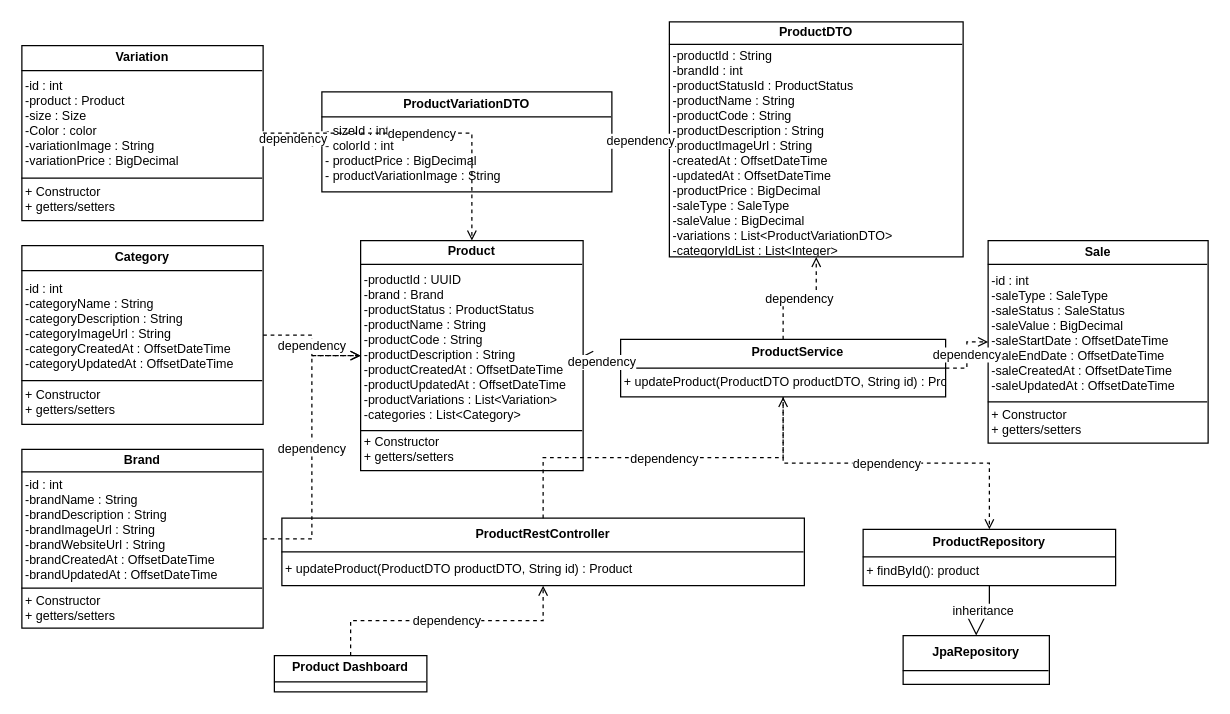
Before: docs/drawio/edit-product-class-diagram.drawio in maxwell1904/SWP391, a draw.io diagram. Source tidied: cells renumbered, new cells numbered last; positions are measured from the earlier drawing's top-left corner, leaving out a move shared by most shapes. Both pictures are drawn from the tidied source at 125%, with x=0, y=0 at pixel (21, 21).
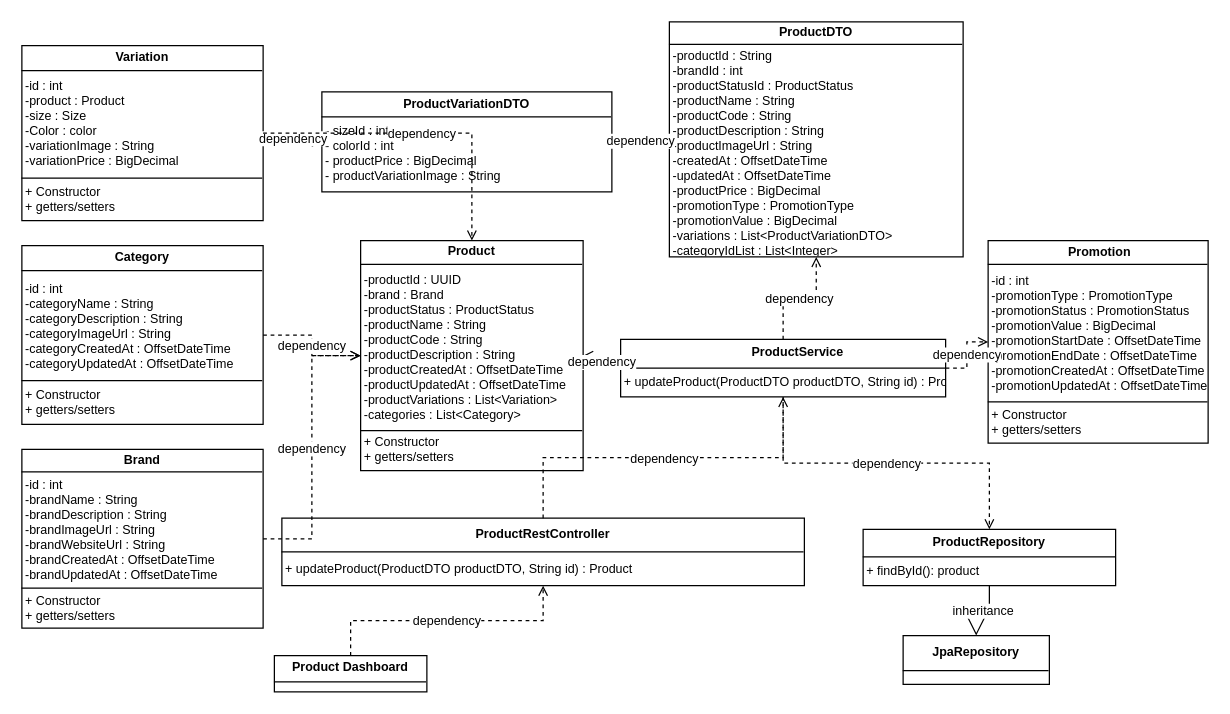
Above is the later version.

Unchanged cells that the change refers to:
```xml
<mxCell id="9" value="&lt;table style=&quot;width:100%;height:100%;border-collapse:collapse;font-size:10px;font-family:Helvetica;&quot; cellpadding=&quot;3&quot; cellspacing=&quot;0&quot;&gt;&lt;tr&gt;&lt;td style=&quot;border-bottom:1px solid #000;text-align:center;&quot;&gt;&lt;b&gt;ProductService&lt;/b&gt;&lt;/td&gt;&lt;/tr&gt;&lt;tr&gt;&lt;td align=&quot;left&quot;&gt;+ updateProduct(ProductDTO productDTO, String id) : Product&lt;/td&gt;&lt;/tr&gt;&lt;/table&gt;" style="shape=rectangle;html=1;overflow=fill;" parent="1" vertex="1">
  <mxGeometry x="479" y="254" width="260" height="46" as="geometry" />
</mxCell>
```

The edit, as a diff of the source:
```diff
@@
-    <mxCell id="7" value="&lt;table style=&quot;width:100%;height:100%;border-collapse:collapse;font-size:10px;font-family:Helvetica;&quot; cellpadding=&quot;3&quot; cellspacing=&quot;0&quot;&gt;&lt;tr&gt;&lt;td style=&quot;border-bottom:1px solid #000;text-align:center;&quot;&gt;&lt;b&gt;ProductDTO&lt;/b&gt;&lt;/td&gt;&lt;/tr&gt;&lt;tr&gt;&lt;td style=&quot;border-bottom:1px solid #000;&quot; align=&quot;left&quot;&gt;-productId : String&lt;br/&gt;-brandId : int&lt;br/&gt;-productStatusId : ProductStatus&lt;br/&gt;-productName : String&lt;br/&gt;-productCode : String&lt;br/&gt;-productDescription : String&lt;br/&gt;-productImageUrl : String&lt;br/&gt;-createdAt : OffsetDateTime&lt;br/&gt;-updatedAt : OffsetDateTime&lt;br/&gt;-productPrice : BigDecimal&lt;br/&gt;-saleType : SaleType&lt;br/&gt;-saleValue : BigDecimal&lt;br/&gt;-variations : List&amp;lt;ProductVariationDTO&amp;gt;&lt;br/&gt;-categoryIdList : List&amp;lt;Integer&amp;gt;&lt;/td&gt;&lt;/tr&gt;&lt;/table&gt;" style="shape=rectangle;html=1;overflow=fill;" parent="1" vertex="1">
+    <mxCell id="7" value="&lt;table style=&quot;width:100%;height:100%;border-collapse:collapse;font-size:10px;font-family:Helvetica;&quot; cellpadding=&quot;3&quot; cellspacing=&quot;0&quot;&gt;&lt;tr&gt;&lt;td style=&quot;border-bottom:1px solid #000;text-align:center;&quot;&gt;&lt;b&gt;ProductDTO&lt;/b&gt;&lt;/td&gt;&lt;/tr&gt;&lt;tr&gt;&lt;td style=&quot;border-bottom:1px solid #000;&quot; align=&quot;left&quot;&gt;-productId : String&lt;br/&gt;-brandId : int&lt;br/&gt;-productStatusId : ProductStatus&lt;br/&gt;-productName : String&lt;br/&gt;-productCode : String&lt;br/&gt;-productDescription : String&lt;br/&gt;-productImageUrl : String&lt;br/&gt;-createdAt : OffsetDateTime&lt;br/&gt;-updatedAt : OffsetDateTime&lt;br/&gt;-productPrice : BigDecimal&lt;br/&gt;-promotionType : PromotionType&lt;br/&gt;-promotionValue : BigDecimal&lt;br/&gt;-variations : List&amp;lt;ProductVariationDTO&amp;gt;&lt;br/&gt;-categoryIdList : List&amp;lt;Integer&amp;gt;&lt;/td&gt;&lt;/tr&gt;&lt;/table&gt;" style="shape=rectangle;html=1;overflow=fill;" parent="1" vertex="1">
       <mxGeometry x="518" width="235" height="188" as="geometry" />
     </mxCell>
-    <mxCell id="8" value="&lt;table style=&quot;width:100%;height:100%;border-collapse:collapse;font-size:10px;font-family:Helvetica;&quot; cellpadding=&quot;3&quot; cellspacing=&quot;0&quot;&gt;&lt;tr&gt;&lt;td style=&quot;border-bottom:1px solid #000;text-align:center;&quot;&gt;&lt;b&gt;Sale&lt;/b&gt;&lt;/td&gt;&lt;/tr&gt;&lt;tr&gt;&lt;td style=&quot;border-bottom:1px solid #000;&quot; align=&quot;left&quot;&gt;-id : int&lt;br/&gt;-saleType : SaleType&lt;br/&gt;-saleStatus : SaleStatus&lt;br/&gt;-saleValue : BigDecimal&lt;br/&gt;-saleStartDate : OffsetDateTime&lt;br/&gt;-saleEndDate : OffsetDateTime&lt;br/&gt;-saleCreatedAt : OffsetDateTime&lt;br/&gt;-saleUpdatedAt : OffsetDateTime&lt;/td&gt;&lt;/tr&gt;&lt;tr&gt;&lt;td align=&quot;left&quot;&gt;+ Constructor&lt;br/&gt;+ getters/setters&lt;/td&gt;&lt;/tr&gt;&lt;/table&gt;" style="shape=rectangle;html=1;overflow=fill;" parent="1" vertex="1">
-      <mxGeometry x="773" y="175" width="176" height="162" as="geometry" />
-    </mxCell>
+    <mxCell id="26" value="&lt;table style=&quot;width:100%;height:100%;border-collapse:collapse;font-size:10px;font-family:Helvetica;&quot; cellpadding=&quot;3&quot; cellspacing=&quot;0&quot;&gt;&lt;tr&gt;&lt;td style=&quot;border-bottom:1px solid #000;text-align:center;&quot;&gt;&lt;b&gt;Promotion&lt;/b&gt;&lt;/td&gt;&lt;/tr&gt;&lt;tr&gt;&lt;td style=&quot;border-bottom:1px solid #000;&quot; align=&quot;left&quot;&gt;-id : int&lt;br/&gt;-promotionType : PromotionType&lt;br/&gt;-promotionStatus : PromotionStatus&lt;br/&gt;-promotionValue : BigDecimal&lt;br/&gt;-promotionStartDate : OffsetDateTime&lt;br/&gt;-promotionEndDate : OffsetDateTime&lt;br/&gt;-promotionCreatedAt : OffsetDateTime&lt;br/&gt;-promotionUpdatedAt : OffsetDateTime&lt;/td&gt;&lt;/tr&gt;&lt;tr&gt;&lt;td align=&quot;left&quot;&gt;+ Constructor&lt;br/&gt;+ getters/setters&lt;/td&gt;&lt;/tr&gt;&lt;/table&gt;" style="shape=rectangle;html=1;overflow=fill;" parent="1" vertex="1">
+      <mxGeometry x="773" y="175" width="176" height="162" as="geometry" />
+    </mxCell>
@@
-    <mxCell id="21" value="dependency" style="edgeStyle=orthogonalEdgeStyle;rounded=0;html=1;dashed=1;endArrow=open;endFill=0;fontSize=10;" parent="1" edge="1" source="9" target="8">
+    <mxCell id="21" value="dependency" style="edgeStyle=orthogonalEdgeStyle;rounded=0;html=1;dashed=1;endArrow=open;endFill=0;fontSize=10;" parent="1" edge="1" source="9" target="26">
       <mxGeometry relative="1" as="geometry" />
     </mxCell>
```
